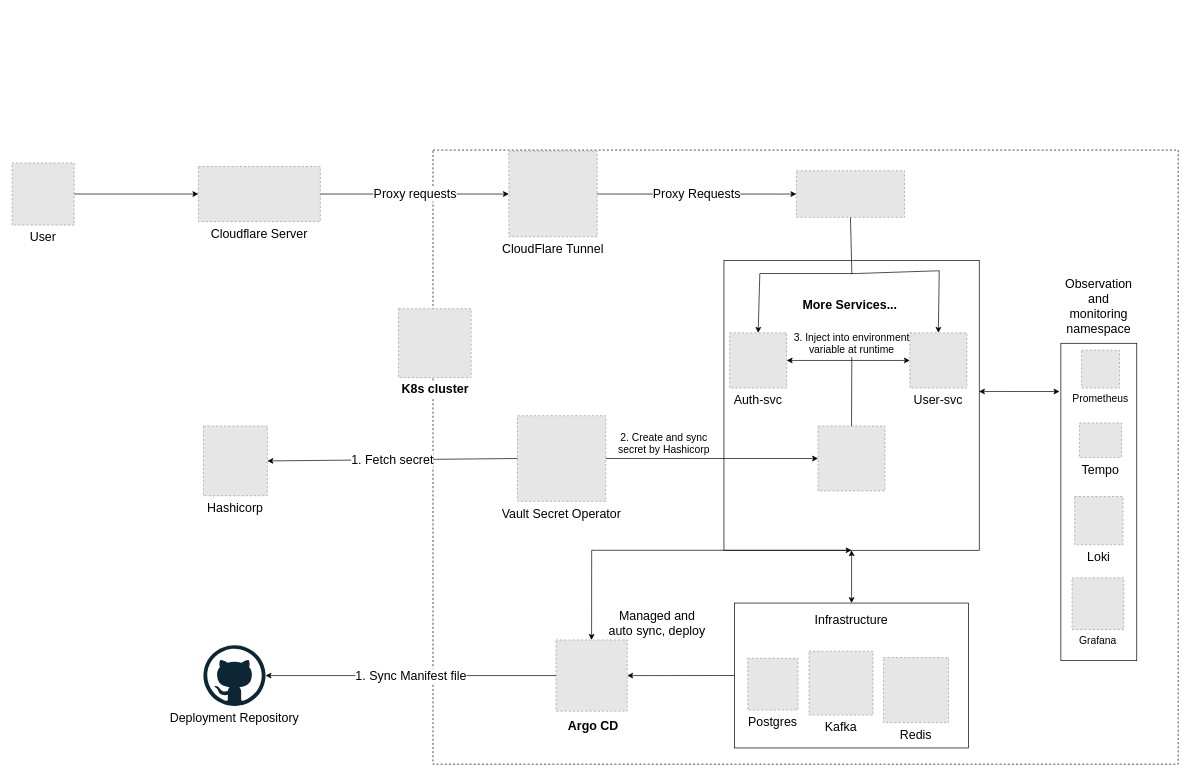
Earlier version of the draw.io diagram page "deployment" (3 of 3) of draft/draft.drawio (ngodat0103/yamp). Source tidied: cells renumbered, new cells numbered last; positions are measured from the earlier drawing's top-left corner, leaving out a move shared by most shapes. Both pictures are drawn from the tidied source at 69%, with x=0, y=0 at pixel (12, 150). Pictures stored in the file or linked from it are replaced by grey dashed boxes.
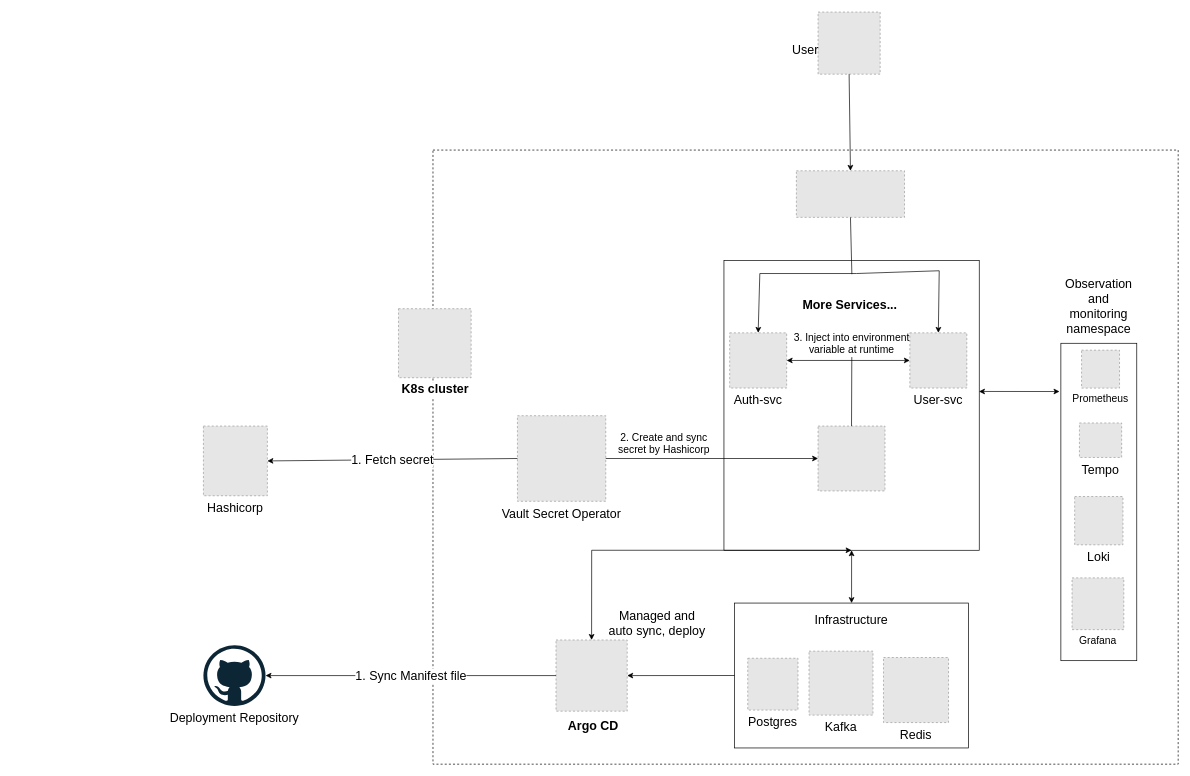
After the change.

Unchanged cells that the change refers to:
```xml
<mxCell id="10" style="fillColor=#E6E6E6;strokeColor=#999999;dashed=1;verticalLabelPosition=bottom;labelBackgroundColor=default;verticalAlign=top;" parent="1" vertex="1">
  <mxGeometry x="1136.7" y="30" width="156.7" height="67.5" as="geometry" />
</mxCell>
```

What changed in the source:
```diff
@@
-    <mxCell id="45" value="CloudFlare Tunnel" style="fillColor=#E6E6E6;strokeColor=#999999;dashed=1;verticalLabelPosition=bottom;labelBackgroundColor=default;verticalAlign=top;fontSize=18;" parent="1" vertex="1">
-      <mxGeometry x="720" y="1.7" width="128" height="124" as="geometry" />
-    </mxCell>
-    <mxCell id="46" value="&lt;font style=&quot;font-size: 18px;&quot;&gt;Proxy Requests&lt;/font&gt;" style="endArrow=classic;html=1;rounded=0;exitX=1;exitY=0.5;exitDx=0;exitDy=0;entryX=0;entryY=0.5;entryDx=0;entryDy=0;" parent="1" edge="1" source="45" target="10">
-      <mxGeometry relative="1" as="geometry" />
-    </mxCell>
-    <mxCell id="47" value="Cloudflare Server" style="fillColor=#E6E6E6;strokeColor=#999999;dashed=1;verticalLabelPosition=bottom;labelBackgroundColor=default;verticalAlign=top;fontSize=18;" parent="1" vertex="1">
-      <mxGeometry x="270" y="23.7" width="176.8" height="80" as="geometry" />
-    </mxCell>
-    <mxCell id="48" value="&lt;font style=&quot;font-size: 18px;&quot;&gt;Proxy requests&lt;/font&gt;" style="endArrow=classic;html=1;rounded=0;exitX=1;exitY=0.5;exitDx=0;exitDy=0;entryX=0;entryY=0.5;entryDx=0;entryDy=0;" parent="1" edge="1" source="47" target="45">
-      <mxGeometry relative="1" as="geometry" />
-    </mxCell>
-    <mxCell id="49" value="User" style="fillColor=#E6E6E6;strokeColor=#999999;dashed=1;verticalLabelPosition=bottom;labelBackgroundColor=default;verticalAlign=top;fontSize=18;" parent="1" vertex="1">
-      <mxGeometry y="18.7" width="90" height="90" as="geometry" />
+    <mxCell id="49" style="fillColor=#E6E6E6;strokeColor=#999999;dashed=1;verticalLabelPosition=bottom;labelBackgroundColor=default;verticalAlign=top;fontSize=18;" parent="1" vertex="1">
+      <mxGeometry x="1168.1" y="-200" width="90" height="90" as="geometry" />
     </mxCell>
-    <mxCell id="50" style="endArrow=classic;html=1;rounded=0;exitX=1;exitY=0.5;exitDx=0;exitDy=0;entryX=0;entryY=0.5;entryDx=0;entryDy=0;" parent="1" edge="1" source="49" target="47">
-      <mxGeometry relative="1" as="geometry" />
-    </mxCell>
+    <mxCell id="51" style="endArrow=classic;html=1;rounded=0;entryX=0.5;entryY=0;entryDx=0;entryDy=0;exitX=0.5;exitY=1;exitDx=0;exitDy=0;" parent="1" edge="1" source="49" target="10">
+      <mxGeometry relative="1" as="geometry" />
+    </mxCell>
+    <mxCell id="52" value="&lt;font style=&quot;font-size: 18px;&quot;&gt;User&lt;/font&gt;" style="text;html=1;align=center;verticalAlign=middle;whiteSpace=wrap;rounded=0;" parent="1" vertex="1">
+      <mxGeometry x="1120" y="-160" width="60" height="30" as="geometry" />
+    </mxCell>
```
